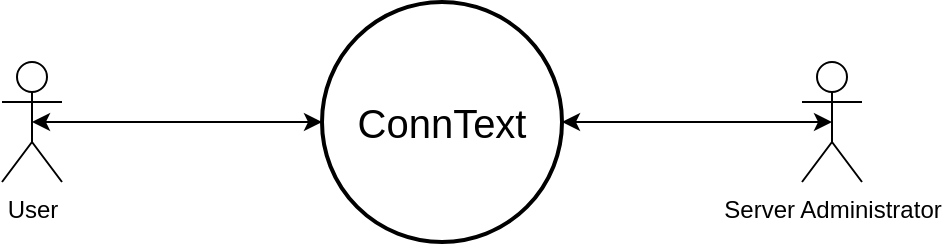
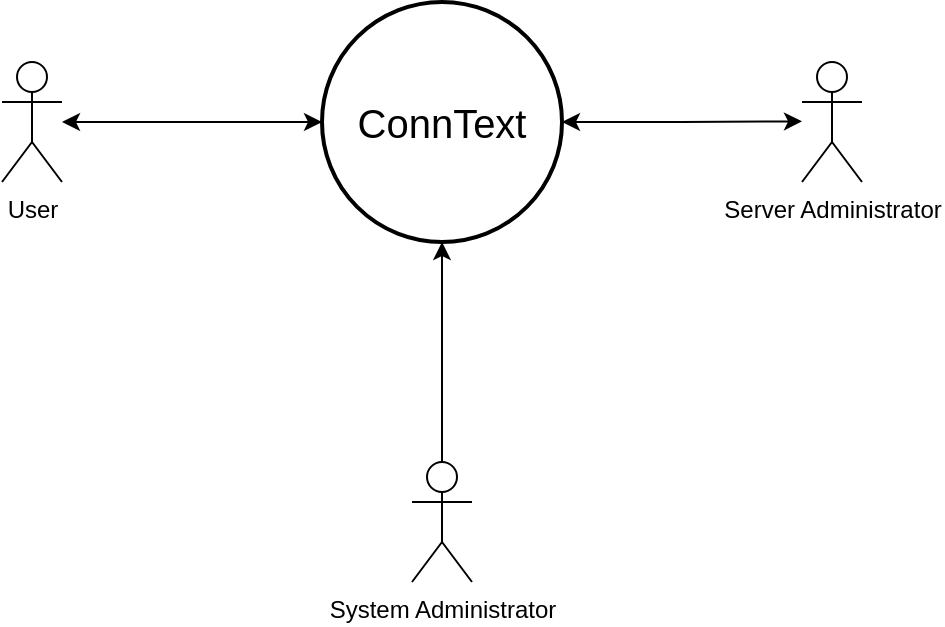
<mxfile host="app.diagrams.net">
-   <diagram name="Page-1" id="_I_x5I8Rh0I92JXs-nNK">
-     <mxGraphModel dx="1474" dy="938" grid="1" gridSize="10" guides="1" tooltips="1" connect="1" arrows="1" fold="1" page="1" pageScale="1" pageWidth="850" pageHeight="1100" math="0" shadow="0">
+   <diagram name="Page-1" id="TOPrbR9nuSlgy0MTdBdn">
+     <mxGraphModel dx="1282" dy="816" grid="1" gridSize="10" guides="1" tooltips="1" connect="1" arrows="1" fold="1" page="1" pageScale="1" pageWidth="850" pageHeight="1100" math="0" shadow="0">
      <root>
        <mxCell id="0" />
        <mxCell id="1" parent="0" />
-         <mxCell id="hEoWeN_3TGCfkiUDM_YW-15" edge="1" parent="1" source="hEoWeN_3TGCfkiUDM_YW-1" style="edgeStyle=orthogonalEdgeStyle;rounded=0;orthogonalLoop=1;jettySize=auto;html=1;exitX=0;exitY=0.5;exitDx=0;exitDy=0;exitPerimeter=0;entryX=0.5;entryY=0.5;entryDx=0;entryDy=0;startArrow=classic;startFill=1;entryPerimeter=0;" target="8djuoCadtVVKltURIYrj-1">
+         <mxCell id="kN5dSnZRb8c-fmTbRbQo-7" edge="1" parent="1" source="Mg5aC2v5LOQGGoPmYjsx-3" style="edgeStyle=orthogonalEdgeStyle;rounded=0;orthogonalLoop=1;jettySize=auto;html=1;exitX=1;exitY=0.5;exitDx=0;exitDy=0;exitPerimeter=0;startArrow=classic;startFill=1;">
          <mxGeometry relative="1" as="geometry">
-             <mxPoint x="280" y="460" as="targetPoint" />
+             <mxPoint x="600" y="499.6521739130435" as="targetPoint" />
          </mxGeometry>
        </mxCell>
-         <mxCell id="hEoWeN_3TGCfkiUDM_YW-1" parent="1" style="strokeWidth=2;html=1;shape=mxgraph.flowchart.start_2;whiteSpace=wrap;fontSize=24;" value="&lt;font style=&quot;font-size: 20px;&quot;&gt;ConnText&lt;/font&gt;" vertex="1">
-           <mxGeometry height="120" width="120" x="400" y="400" as="geometry" />
+         <mxCell id="Mg5aC2v5LOQGGoPmYjsx-3" parent="1" style="strokeWidth=2;html=1;shape=mxgraph.flowchart.start_2;whiteSpace=wrap;fontSize=24;" value="&lt;font style=&quot;font-size: 20px;&quot;&gt;ConnText&lt;/font&gt;" vertex="1">
+           <mxGeometry height="120" width="120" x="360.000048828125" y="440.0000244140625" as="geometry" />
        </mxCell>
-         <mxCell id="hEoWeN_3TGCfkiUDM_YW-14" edge="1" parent="1" source="8djuoCadtVVKltURIYrj-7" style="edgeStyle=orthogonalEdgeStyle;rounded=0;orthogonalLoop=1;jettySize=auto;html=1;exitX=0.5;exitY=0.5;exitDx=0;exitDy=0;entryX=1;entryY=0.5;entryDx=0;entryDy=0;entryPerimeter=0;startArrow=classic;startFill=1;exitPerimeter=0;" target="hEoWeN_3TGCfkiUDM_YW-1">
+         <mxCell id="kN5dSnZRb8c-fmTbRbQo-6" edge="1" parent="1" source="Mg5aC2v5LOQGGoPmYjsx-5" style="edgeStyle=orthogonalEdgeStyle;rounded=0;orthogonalLoop=1;jettySize=auto;html=1;startArrow=classic;startFill=1;">
          <mxGeometry relative="1" as="geometry">
-             <mxPoint x="640" y="460" as="sourcePoint" />
+             <mxPoint x="360" y="500.0000244140624" as="targetPoint" />
          </mxGeometry>
        </mxCell>
-         <UserObject label="User" id="8djuoCadtVVKltURIYrj-1">
+         <UserObject label="User" id="Mg5aC2v5LOQGGoPmYjsx-5">
          <mxCell parent="1" style="shape=umlActor;verticalLabelPosition=bottom;verticalAlign=top;html=1;outlineConnect=0;" vertex="1">
-             <mxGeometry height="60" width="30" x="240" y="430" as="geometry" />
+             <mxGeometry height="60" width="30" x="200.000048828125" y="470.0000244140625" as="geometry" />
          </mxCell>
        </UserObject>
-         <UserObject label="Server Administrator" id="8djuoCadtVVKltURIYrj-7">
+         <UserObject label="Server Administrator" id="Mg5aC2v5LOQGGoPmYjsx-6">
          <mxCell parent="1" style="shape=umlActor;verticalLabelPosition=bottom;verticalAlign=top;html=1;outlineConnect=0;" vertex="1">
-             <mxGeometry height="60" width="30" x="640" y="430" as="geometry" />
+             <mxGeometry height="60" width="30" x="600.000048828125" y="470.0000244140625" as="geometry" />
          </mxCell>
        </UserObject>
+         <UserObject label="System Administrator" id="kN5dSnZRb8c-fmTbRbQo-1">
+           <mxCell parent="1" style="shape=umlActor;verticalLabelPosition=bottom;verticalAlign=top;html=1;outlineConnect=0;" vertex="1">
+             <mxGeometry height="60" width="30" x="405" y="670" as="geometry" />
+           </mxCell>
+         </UserObject>
+         <mxCell id="kN5dSnZRb8c-fmTbRbQo-4" edge="1" parent="1" source="kN5dSnZRb8c-fmTbRbQo-1" style="edgeStyle=orthogonalEdgeStyle;rounded=0;orthogonalLoop=1;jettySize=auto;html=1;entryX=0.5;entryY=1;entryDx=0;entryDy=0;entryPerimeter=0;" target="Mg5aC2v5LOQGGoPmYjsx-3">
+           <mxGeometry relative="1" as="geometry" />
+         </mxCell>
      </root>
    </mxGraphModel>
  </diagram>
</mxfile>
